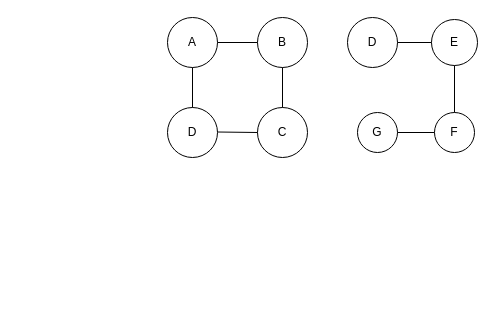
Above: dsu.drawio in Kayleh/draw_io (draw.io), before the change. Source tidied: cells renumbered, new cells numbered last; positions are measured from the earlier drawing's top-left corner, leaving out a move shared by most shapes. Both pictures are drawn from the tidied source at 100%, with x=0, y=0 at pixel (167, 17).
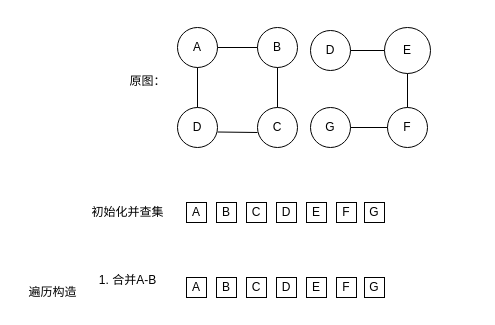
The same page after the edit.

Change to the diagram source:
```diff
@@
     <mxCell id="2" value="A" style="ellipse;whiteSpace=wrap;html=1;" parent="1" vertex="1">
-      <mxGeometry width="50" height="50" as="geometry" />
+      <mxGeometry x="10" y="10" width="40" height="40" as="geometry" />
     </mxCell>
     <mxCell id="3" value="B" style="ellipse;whiteSpace=wrap;html=1;" parent="1" vertex="1">
-      <mxGeometry x="90" width="50" height="50" as="geometry" />
+      <mxGeometry x="90" y="10" width="40" height="40" as="geometry" />
     </mxCell>
     <mxCell id="4" value="D" style="ellipse;whiteSpace=wrap;html=1;" parent="1" vertex="1">
-      <mxGeometry x="180" width="50" height="50" as="geometry" />
+      <mxGeometry x="143" y="13" width="40" height="40" as="geometry" />
     </mxCell>
     <mxCell id="5" value="E" style="ellipse;whiteSpace=wrap;html=1;" parent="1" vertex="1">
-      <mxGeometry x="264" y="2" width="46" height="46" as="geometry" />
+      <mxGeometry x="217" y="10" width="46" height="46" as="geometry" />
     </mxCell>
     <mxCell id="6" value="D" style="ellipse;whiteSpace=wrap;html=1;" parent="1" vertex="1">
-      <mxGeometry y="90" width="50" height="50" as="geometry" />
+      <mxGeometry x="10" y="90" width="40" height="40" as="geometry" />
     </mxCell>
     <mxCell id="7" value="C" style="ellipse;whiteSpace=wrap;html=1;" parent="1" vertex="1">
-      <mxGeometry x="90" y="90" width="50" height="50" as="geometry" />
+      <mxGeometry x="90" y="90" width="40" height="40" as="geometry" />
     </mxCell>
     <mxCell id="8" value="G" style="ellipse;whiteSpace=wrap;html=1;" parent="1" vertex="1">
-      <mxGeometry x="190" y="95" width="40" height="40" as="geometry" />
+      <mxGeometry x="143" y="90" width="40" height="40" as="geometry" />
     </mxCell>
     <mxCell id="9" value="F" style="ellipse;whiteSpace=wrap;html=1;" parent="1" vertex="1">
-      <mxGeometry x="267" y="95" width="40" height="40" as="geometry" />
+      <mxGeometry x="220" y="90" width="40" height="40" as="geometry" />
     </mxCell>
@@
+    <mxCell id="17" value="原图：" style="text;html=1;align=center;verticalAlign=middle;strokeColor=none;fillColor=none;fontFamily=Comic Sans MS;" parent="1" vertex="1">
+      <mxGeometry x="-50" y="50" width="60" height="30" as="geometry" />
+    </mxCell>
+    <mxCell id="18" value="初始化并查集" style="text;html=1;align=center;verticalAlign=middle;strokeColor=none;fillColor=none;" parent="1" vertex="1">
+      <mxGeometry x="-90" y="180" width="100" height="30" as="geometry" />
+    </mxCell>
+    <mxCell id="19" value="A" style="rounded=0;whiteSpace=wrap;html=1;" parent="1" vertex="1">
+      <mxGeometry x="19" y="185" width="20" height="20" as="geometry" />
+    </mxCell>
+    <mxCell id="20" value="B" style="rounded=0;whiteSpace=wrap;html=1;" parent="1" vertex="1">
+      <mxGeometry x="49" y="185" width="20" height="20" as="geometry" />
+    </mxCell>
+    <mxCell id="21" value="C" style="rounded=0;whiteSpace=wrap;html=1;" parent="1" vertex="1">
+      <mxGeometry x="79" y="185" width="20" height="20" as="geometry" />
+    </mxCell>
+    <mxCell id="22" value="D" style="rounded=0;whiteSpace=wrap;html=1;" parent="1" vertex="1">
+      <mxGeometry x="109" y="185" width="20" height="20" as="geometry" />
+    </mxCell>
+    <mxCell id="23" value="E" style="rounded=0;whiteSpace=wrap;html=1;" parent="1" vertex="1">
+      <mxGeometry x="139" y="185" width="20" height="20" as="geometry" />
+    </mxCell>
+    <mxCell id="24" value="F" style="rounded=0;whiteSpace=wrap;html=1;" parent="1" vertex="1">
+      <mxGeometry x="169" y="185" width="20" height="20" as="geometry" />
+    </mxCell>
+    <mxCell id="25" value="G" style="rounded=0;whiteSpace=wrap;html=1;" parent="1" vertex="1">
+      <mxGeometry x="197" y="185" width="20" height="20" as="geometry" />
+    </mxCell>
+    <mxCell id="26" value="遍历构造" style="text;html=1;align=center;verticalAlign=middle;strokeColor=none;fillColor=none;" parent="1" vertex="1">
+      <mxGeometry x="-150" y="260" width="70" height="30" as="geometry" />
+    </mxCell>
+    <mxCell id="27" value="1. 合并A-B" style="text;html=1;align=center;verticalAlign=middle;strokeColor=none;fillColor=none;" parent="1" vertex="1">
+      <mxGeometry x="-80" y="248" width="80" height="30" as="geometry" />
+    </mxCell>
+    <mxCell id="28" value="A" style="rounded=0;whiteSpace=wrap;html=1;" parent="1" vertex="1">
+      <mxGeometry x="19" y="260" width="20" height="20" as="geometry" />
+    </mxCell>
+    <mxCell id="29" value="B" style="rounded=0;whiteSpace=wrap;html=1;" parent="1" vertex="1">
+      <mxGeometry x="49" y="260" width="20" height="20" as="geometry" />
+    </mxCell>
+    <mxCell id="30" value="C" style="rounded=0;whiteSpace=wrap;html=1;" parent="1" vertex="1">
+      <mxGeometry x="79" y="260" width="20" height="20" as="geometry" />
+    </mxCell>
+    <mxCell id="31" value="D" style="rounded=0;whiteSpace=wrap;html=1;" parent="1" vertex="1">
+      <mxGeometry x="109" y="260" width="20" height="20" as="geometry" />
+    </mxCell>
+    <mxCell id="32" value="E" style="rounded=0;whiteSpace=wrap;html=1;" parent="1" vertex="1">
+      <mxGeometry x="139" y="260" width="20" height="20" as="geometry" />
+    </mxCell>
+    <mxCell id="33" value="F" style="rounded=0;whiteSpace=wrap;html=1;" parent="1" vertex="1">
+      <mxGeometry x="169" y="260" width="20" height="20" as="geometry" />
+    </mxCell>
+    <mxCell id="34" value="G" style="rounded=0;whiteSpace=wrap;html=1;" parent="1" vertex="1">
+      <mxGeometry x="197" y="260" width="20" height="20" as="geometry" />
+    </mxCell>
```
